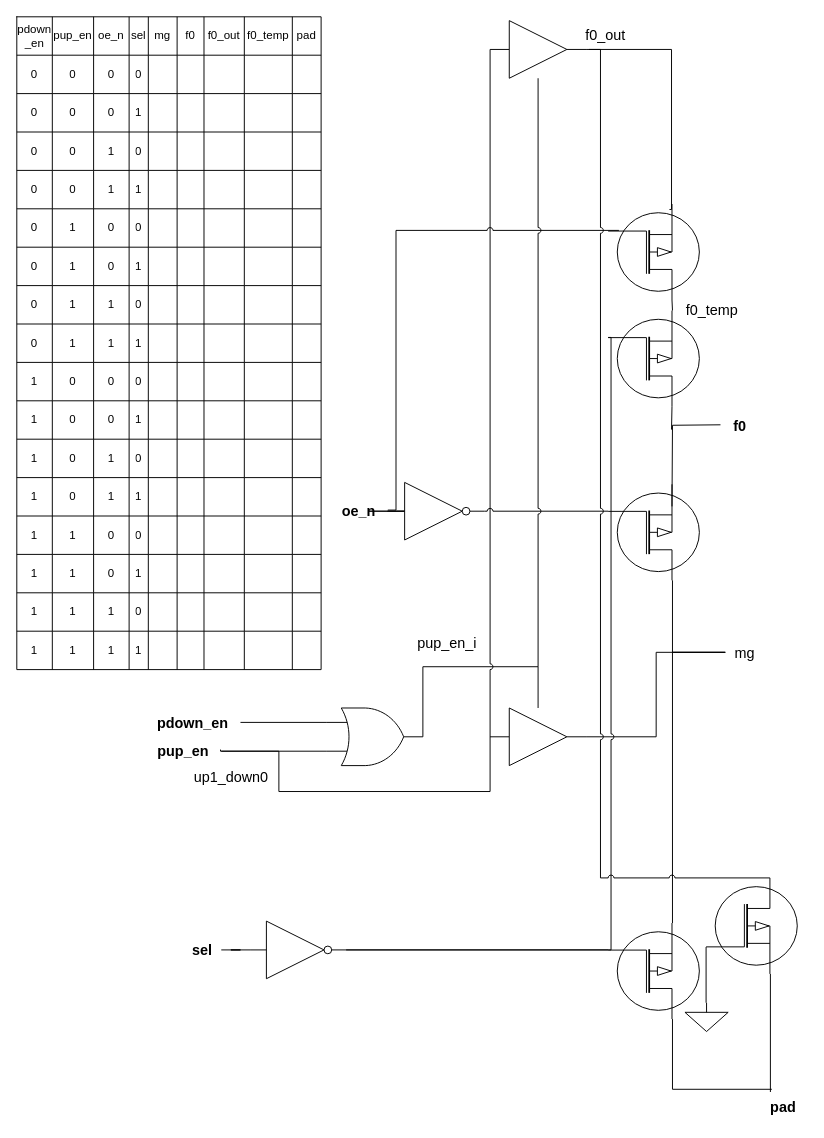
This is electrical/tb_pin_mux.drawio from xiongwei0714/drawio, a draw.io file, before an edit. Source tidied: cells renumbered, new cells numbered last; positions are measured from the earlier drawing's top-left corner, leaving out a move shared by most shapes. Both pictures are drawn from the tidied source at 96%, with x=0, y=0 at pixel (16, 16).
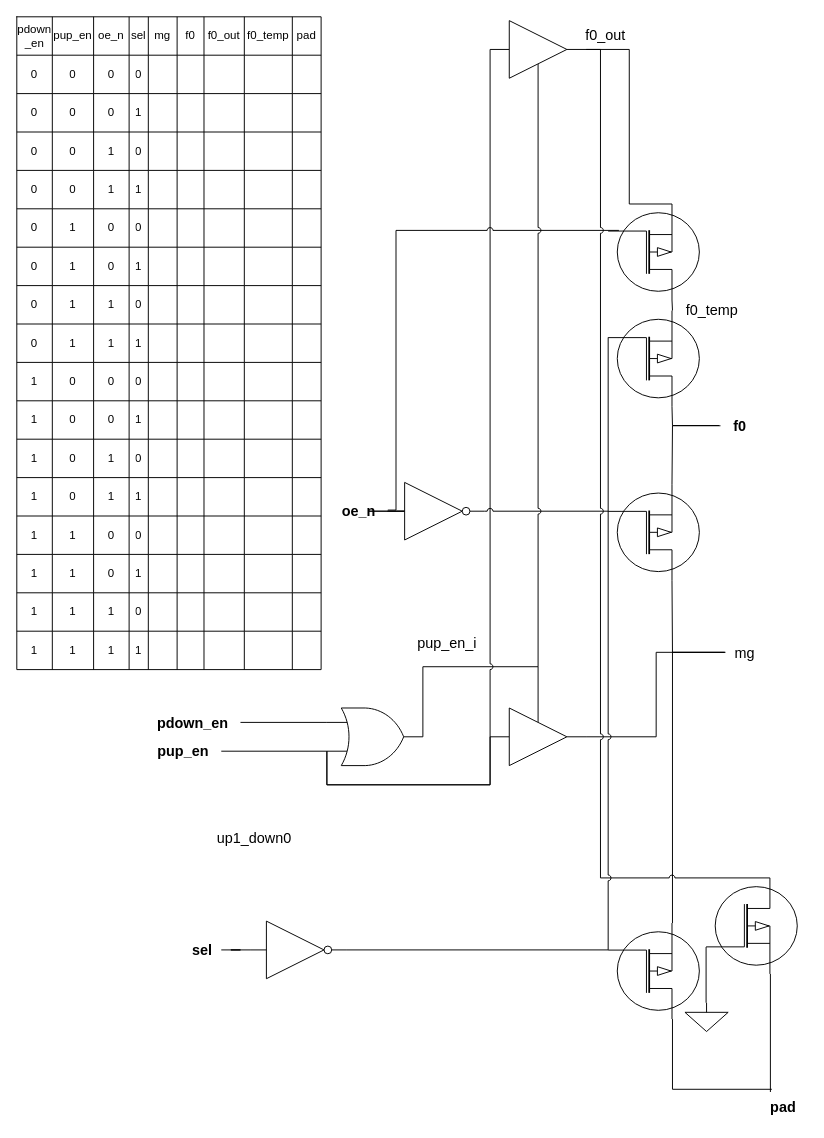
The same page after the edit.

Unchanged cells that the change refers to:
```xml
<mxCell id="4" style="verticalLabelPosition=bottom;shadow=0;dashed=0;align=center;html=1;verticalAlign=top;shape=mxgraph.electrical.logic_gates.logic_gate;operation=or;" parent="1" vertex="1">
  <mxGeometry x="323" y="720" width="100" height="60" as="geometry" />
</mxCell>
<mxCell id="5" style="verticalLabelPosition=bottom;shadow=0;dashed=0;align=center;html=1;verticalAlign=top;shape=mxgraph.electrical.mosfets1.p-channel_mosfet_1;direction=west;portConstraintRotation=0;flipH=1;" parent="1" vertex="1">
  <mxGeometry x="616" y="487" width="95" height="100" as="geometry" />
</mxCell>
<mxCell id="10" value="pup_en" style="text;html=1;align=center;verticalAlign=middle;points=[];strokeColor=none;fillColor=none;fontSize=15;fontStyle=1;" parent="1" vertex="1">
  <mxGeometry x="133" y="750" width="80" height="30" as="geometry" />
</mxCell>
<mxCell id="14" value="&lt;span style=&quot;font-weight: normal;&quot;&gt;mg&lt;/span&gt;" style="text;html=1;align=center;verticalAlign=middle;points=[];strokeColor=none;fillColor=none;fontSize=15;fontStyle=1;" parent="1" vertex="1">
  <mxGeometry x="738" y="647" width="40" height="30" as="geometry" />
</mxCell>
<mxCell id="16" value="f0" style="text;html=1;align=center;verticalAlign=middle;points=[];strokeColor=none;fillColor=none;fontSize=15;fontStyle=1;" parent="1" vertex="1">
  <mxGeometry x="733" y="411" width="40" height="30" as="geometry" />
</mxCell>
<mxCell id="24" style="verticalLabelPosition=bottom;shadow=0;dashed=0;align=center;html=1;verticalAlign=top;shape=mxgraph.electrical.mosfets1.p-channel_mosfet_1;direction=west;portConstraintRotation=0;flipH=1;" parent="1" vertex="1">
  <mxGeometry x="616" y="944" width="95" height="100" as="geometry" />
</mxCell>
<mxCell id="29" style="verticalLabelPosition=bottom;shadow=0;dashed=0;align=center;html=1;verticalAlign=top;shape=mxgraph.electrical.logic_gates.inverter_2;" parent="1" vertex="1">
  <mxGeometry x="243" y="942" width="100" height="60" as="geometry" />
</mxCell>
<mxCell id="39" style="verticalLabelPosition=bottom;shadow=0;dashed=0;align=center;html=1;verticalAlign=top;shape=mxgraph.electrical.mosfets1.p-channel_mosfet_1;" parent="1" vertex="1">
  <mxGeometry x="718" y="897" width="95" height="100" as="geometry" />
</mxCell>
<mxCell id="40" style="verticalLabelPosition=bottom;shadow=0;dashed=0;align=center;html=1;verticalAlign=top;shape=mxgraph.electrical.signal_sources.signal_ground;" parent="1" vertex="1">
  <mxGeometry x="696" y="1027" width="45" height="30" as="geometry" />
</mxCell>
<mxCell id="42" style="verticalLabelPosition=bottom;shadow=0;dashed=0;align=center;html=1;verticalAlign=top;shape=mxgraph.electrical.mosfets1.p-channel_mosfet_1;direction=west;portConstraintRotation=0;flipH=1;" parent="1" vertex="1">
  <mxGeometry x="616" y="195" width="95" height="100" as="geometry" />
</mxCell>
<mxCell id="44" style="verticalLabelPosition=bottom;shadow=0;dashed=0;align=center;html=1;verticalAlign=top;shape=mxgraph.electrical.mosfets1.p-channel_mosfet_1;direction=west;portConstraintRotation=0;flipH=1;" parent="1" vertex="1">
  <mxGeometry x="616" y="306" width="95" height="100" as="geometry" />
</mxCell>
```

What changed in the source:
```diff
@@
-    <mxCell id="2" style="edgeStyle=orthogonalEdgeStyle;rounded=0;jettySize=auto;html=1;endArrow=none;endFill=0;entryX=1;entryY=0.5;entryDx=0;entryDy=0;entryPerimeter=0;" parent="1" edge="1" source="3" target="4">
+    <mxCell id="2" style="edgeStyle=orthogonalEdgeStyle;rounded=0;jettySize=auto;html=1;endArrow=none;endFill=0;entryX=1;entryY=0.5;entryDx=0;entryDy=0;entryPerimeter=0;exitX=0.5;exitY=0.75;exitDx=0;exitDy=0;exitPerimeter=0;jumpStyle=arc;" parent="1" edge="1" source="224" target="4">
       <mxGeometry relative="1" as="geometry">
         <Array as="points">
           <mxPoint x="543" y="677" />
           <mxPoint x="423" y="677" />
         </Array>
       </mxGeometry>
     </mxCell>
-    <mxCell id="3" style="verticalLabelPosition=bottom;shadow=0;dashed=0;align=center;html=1;verticalAlign=top;shape=mxgraph.electrical.logic_gates.buffer2;direction=east;negating=0;noLabel=0;comic=0;enumerate=0;fillOpacity=100;strokeOpacity=100;" parent="1" vertex="1">
-      <mxGeometry x="493" y="720" width="100" height="60" as="geometry" />
-    </mxCell>
+    <mxCell id="217" style="edgeStyle=elbowEdgeStyle;rounded=0;jettySize=auto;html=1;exitX=0;exitY=0.75;exitDx=0;exitDy=0;exitPerimeter=0;entryX=0;entryY=0.5;entryDx=0;entryDy=0;entryPerimeter=0;endArrow=none;endFill=0;" parent="1" edge="1" source="4" target="224">
+      <mxGeometry relative="1" as="geometry">
+        <Array as="points">
+          <mxPoint x="457" y="800" />
+        </Array>
+      </mxGeometry>
+    </mxCell>
@@
+    <mxCell id="218" style="edgeStyle=elbowEdgeStyle;rounded=0;jettySize=auto;html=1;exitX=0.7;exitY=0;exitDx=0;exitDy=0;exitPerimeter=0;entryX=-0.027;entryY=0.503;entryDx=0;entryDy=0;entryPerimeter=0;endArrow=none;endFill=0;jumpStyle=arc;" parent="1" edge="1" source="5" target="14">
+      <mxGeometry relative="1" as="geometry">
+        <Array as="points">
+          <mxPoint x="683" y="630" />
+        </Array>
+      </mxGeometry>
+    </mxCell>
+    <mxCell id="219" style="edgeStyle=elbowEdgeStyle;rounded=0;jettySize=auto;html=1;exitX=0.7;exitY=1;exitDx=0;exitDy=0;exitPerimeter=0;jumpStyle=arc;endArrow=none;endFill=0;" parent="1" edge="1" source="5" target="16">
+      <mxGeometry relative="1" as="geometry">
+        <Array as="points">
+          <mxPoint x="683" y="460" />
+        </Array>
+      </mxGeometry>
+    </mxCell>
@@
-    <mxCell id="9" style="edgeStyle=orthogonalEdgeStyle;rounded=0;jettySize=auto;html=1;entryX=0;entryY=0.5;entryDx=0;entryDy=0;exitX=0.99;exitY=0.444;exitDx=0;exitDy=0;exitPerimeter=0;endArrow=none;endFill=0;jumpStyle=arc;" parent="1" edge="1" source="10" target="36">
-      <mxGeometry relative="1" as="geometry">
-        <Array as="points">
-          <mxPoint x="212" y="765" />
-          <mxPoint x="273" y="765" />
-          <mxPoint x="273" y="807" />
-          <mxPoint x="493" y="807" />
-        </Array>
-      </mxGeometry>
-    </mxCell>
+    <mxCell id="220" style="edgeStyle=elbowEdgeStyle;rounded=0;jettySize=auto;html=1;entryX=0;entryY=0.5;entryDx=0;entryDy=0;entryPerimeter=0;exitX=0;exitY=0.75;exitDx=0;exitDy=0;exitPerimeter=0;endArrow=none;endFill=0;jumpStyle=arc;" parent="1" edge="1" source="4" target="223">
+      <mxGeometry relative="1" as="geometry">
+        <Array as="points">
+          <mxPoint x="387" y="800" />
+          <mxPoint x="237" y="765" />
+          <mxPoint x="447" y="820" />
+        </Array>
+      </mxGeometry>
+    </mxCell>
@@
-    <mxCell id="11" style="edgeStyle=elbowEdgeStyle;rounded=0;jettySize=auto;html=1;entryX=0.7;entryY=0;entryDx=0;entryDy=0;entryPerimeter=0;endArrow=none;endFill=0;" parent="1" edge="1" source="14" target="5">
-      <mxGeometry relative="1" as="geometry">
-        <Array as="points">
-          <mxPoint x="683" y="627" />
-        </Array>
-      </mxGeometry>
-    </mxCell>
@@
-    <mxCell id="13" style="edgeStyle=elbowEdgeStyle;rounded=0;jettySize=auto;html=1;entryX=1;entryY=0.5;entryDx=0;entryDy=0;endArrow=none;endFill=0;" parent="1" edge="1" source="14" target="3">
+    <mxCell id="13" style="edgeStyle=elbowEdgeStyle;rounded=0;jettySize=auto;html=1;entryX=1;entryY=0.5;entryDx=0;entryDy=0;endArrow=none;endFill=0;entryPerimeter=0;" parent="1" edge="1" source="14" target="224">
       <mxGeometry relative="1" as="geometry" />
     </mxCell>
@@
-    <mxCell id="15" style="edgeStyle=orthogonalEdgeStyle;rounded=0;orthogonalLoop=1;jettySize=auto;html=1;entryX=0.7;entryY=1;entryDx=0;entryDy=0;entryPerimeter=0;endArrow=none;endFill=0;" parent="1" edge="1">
-      <mxGeometry relative="1" as="geometry">
-        <mxPoint x="733" y="425" as="sourcePoint" />
-        <mxPoint x="682.5" y="510" as="targetPoint" />
-      </mxGeometry>
-    </mxCell>
@@
     <mxCell id="22" value="&lt;span style=&quot;font-weight: normal;&quot;&gt;up1_down0&lt;/span&gt;" style="text;html=1;align=center;verticalAlign=middle;strokeColor=none;fillColor=none;fontSize=15;fontStyle=1;" parent="1" vertex="1">
-      <mxGeometry x="173" y="777" width="100" height="30" as="geometry" />
+      <mxGeometry x="197" y="840" width="100" height="30" as="geometry" />
     </mxCell>
@@
-    <mxCell id="28" style="edgeStyle=elbowEdgeStyle;rounded=0;jettySize=auto;html=1;entryX=0;entryY=0.72;entryDx=0;entryDy=0;entryPerimeter=0;endArrow=none;endFill=0;jumpStyle=arc;" parent="1" edge="1" source="29" target="44">
-      <mxGeometry relative="1" as="geometry">
-        <Array as="points">
-          <mxPoint x="619" y="640" />
-        </Array>
-      </mxGeometry>
-    </mxCell>
@@
-    <mxCell id="33" style="edgeStyle=elbowEdgeStyle;rounded=0;jettySize=auto;html=1;endArrow=none;endFill=0;jumpStyle=arc;" parent="1" edge="1" source="36">
+    <mxCell id="33" style="edgeStyle=elbowEdgeStyle;rounded=0;jettySize=auto;html=1;endArrow=none;endFill=0;jumpStyle=arc;exitX=0.5;exitY=0.75;exitDx=0;exitDy=0;exitPerimeter=0;" parent="1" edge="1" source="223">
       <mxGeometry relative="1" as="geometry">
         <mxPoint x="543" y="677" as="targetPoint" />
       </mxGeometry>
     </mxCell>
-    <mxCell id="34" style="edgeStyle=elbowEdgeStyle;rounded=0;jettySize=auto;html=1;entryX=0.7;entryY=0;entryDx=0;entryDy=0;entryPerimeter=0;jumpStyle=arc;endArrow=none;endFill=0;" parent="1" edge="1" source="36" target="39">
+    <mxCell id="34" style="edgeStyle=elbowEdgeStyle;rounded=0;jettySize=auto;html=1;entryX=0.7;entryY=0;entryDx=0;entryDy=0;entryPerimeter=0;jumpStyle=arc;endArrow=none;endFill=0;exitX=1;exitY=0.5;exitDx=0;exitDy=0;exitPerimeter=0;" parent="1" edge="1" source="223" target="39">
       <mxGeometry relative="1" as="geometry">
         <Array as="points">
           <mxPoint x="608" y="627" />
         </Array>
       </mxGeometry>
     </mxCell>
-    <mxCell id="35" style="edgeStyle=elbowEdgeStyle;rounded=0;jettySize=auto;html=1;exitX=1;exitY=0.5;exitDx=0;exitDy=0;entryX=0.672;entryY=0.943;entryDx=0;entryDy=0;entryPerimeter=0;endArrow=none;endFill=0;" parent="1" edge="1" target="42">
-      <mxGeometry relative="1" as="geometry">
-        <mxPoint x="596" y="34" as="sourcePoint" />
-        <Array as="points">
-          <mxPoint x="682" y="130" />
-        </Array>
-      </mxGeometry>
-    </mxCell>
-    <mxCell id="36" style="verticalLabelPosition=bottom;shadow=0;dashed=0;align=center;html=1;verticalAlign=top;shape=mxgraph.electrical.logic_gates.buffer2;direction=east;negating=0;noLabel=0;comic=0;enumerate=0;fillOpacity=100;strokeOpacity=100;" parent="1" vertex="1">
-      <mxGeometry x="493" y="4" width="100" height="60" as="geometry" />
-    </mxCell>
@@
-    <mxCell id="38" style="edgeStyle=elbowEdgeStyle;rounded=0;jettySize=auto;html=1;exitX=0;exitY=0.72;exitDx=0;exitDy=0;exitPerimeter=0;entryX=0.5;entryY=0;entryDx=0;entryDy=0;entryPerimeter=0;endArrow=none;endFill=0;" parent="1" edge="1" source="39" target="40">
+    <mxCell id="38" style="edgeStyle=elbowEdgeStyle;rounded=0;jettySize=auto;html=1;exitX=0;exitY=0.72;exitDx=0;exitDy=0;exitPerimeter=0;entryX=0.5;entryY=0;entryDx=0;entryDy=0;entryPerimeter=0;jumpStyle=arc;endArrow=none;endFill=0;" parent="1" edge="1" source="39" target="40">
       <mxGeometry relative="1" as="geometry" />
     </mxCell>
@@
+    <mxCell id="221" style="edgeStyle=elbowEdgeStyle;rounded=0;jettySize=auto;html=1;exitX=0.7;exitY=1;exitDx=0;exitDy=0;exitPerimeter=0;entryX=1;entryY=0.5;entryDx=0;entryDy=0;entryPerimeter=0;jumpStyle=arc;endArrow=none;endFill=0;" parent="1" edge="1" source="42" target="223">
+      <mxGeometry relative="1" as="geometry" />
+    </mxCell>
@@
-    <mxCell id="43" style="edgeStyle=elbowEdgeStyle;rounded=0;jettySize=auto;html=1;exitX=0.7;exitY=0;exitDx=0;exitDy=0;exitPerimeter=0;endArrow=none;endFill=0;" parent="1" edge="1" source="44">
+    <mxCell id="43" style="edgeStyle=elbowEdgeStyle;rounded=0;jettySize=auto;html=1;exitX=0.7;exitY=0;exitDx=0;exitDy=0;exitPerimeter=0;endArrow=none;endFill=0;entryX=-0.038;entryY=0.491;entryDx=0;entryDy=0;entryPerimeter=0;jumpStyle=arc;" parent="1" edge="1" source="44" target="16">
       <mxGeometry relative="1" as="geometry">
-        <mxPoint x="682" y="430" as="targetPoint" />
+        <Array as="points">
+          <mxPoint x="683" y="420" />
+        </Array>
       </mxGeometry>
     </mxCell>
+    <mxCell id="222" style="edgeStyle=elbowEdgeStyle;rounded=0;jettySize=auto;html=1;exitX=0;exitY=0.72;exitDx=0;exitDy=0;exitPerimeter=0;entryX=0;entryY=0.72;entryDx=0;entryDy=0;entryPerimeter=0;endArrow=none;endFill=0;jumpStyle=arc;" parent="1" edge="1" source="44" target="24">
+      <mxGeometry relative="1" as="geometry" />
+    </mxCell>
@@
+    <mxCell id="223" style="verticalLabelPosition=bottom;shadow=0;dashed=0;align=center;html=1;verticalAlign=top;shape=mxgraph.electrical.logic_gates.buffer2;direction=east;negating=0;noLabel=0;comic=0;enumerate=0;fillOpacity=100;strokeOpacity=100;points=[[0,0.5,0,0,0],[0.5,0.75,0,0,0],[1,0.5,0,0,0]];" parent="1" vertex="1">
+      <mxGeometry x="493" y="4" width="100" height="60" as="geometry" />
+    </mxCell>
+    <mxCell id="224" style="verticalLabelPosition=bottom;shadow=0;dashed=0;align=center;html=1;verticalAlign=top;shape=mxgraph.electrical.logic_gates.buffer2;direction=east;negating=0;noLabel=0;comic=0;enumerate=0;fillOpacity=100;strokeOpacity=100;points=[[0,0.5,0,0,0],[0.5,0.75,0,0,0],[1,0.5,0,0,0]];flipV=1;" parent="1" vertex="1">
+      <mxGeometry x="493" y="720" width="100" height="60" as="geometry" />
+    </mxCell>
```
